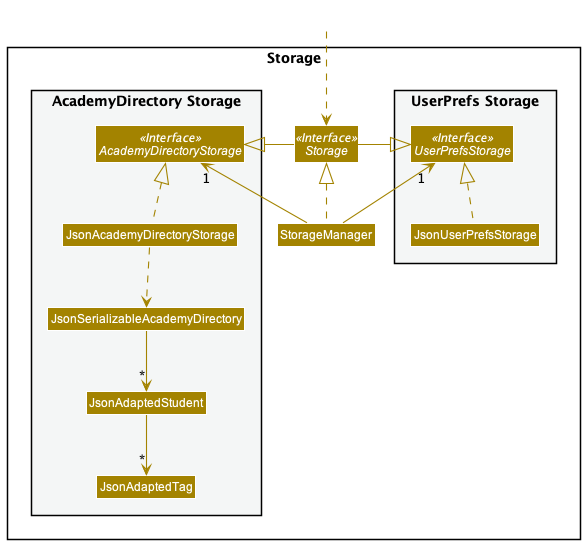
Before: docs/images/dg/architecture/storage/StorageClassDiagram.png, a diagram exported from PlantUML (nus-cs2103-AY2122S1/tp). Its diagram source:
```plantuml
@startuml
!include style.puml
skinparam arrowThickness 1.1
skinparam arrowColor STORAGE_COLOR
skinparam classBackgroundColor STORAGE_COLOR

package Storage{

package "UserPrefs Storage" #F4F6F6{
Interface UserPrefsStorage <<Interface>>
Class JsonUserPrefsStorage
}

Interface Storage <<Interface>>
Class StorageManager

package "AcademyDirectory Storage" #F4F6F6{
Interface AcademyDirectoryStorage <<Interface>>
Class JsonAcademyDirectoryStorage
Class JsonSerializableAcademyDirectory
Class JsonAdaptedStudent
Class JsonAdaptedTag
}

}

Class HiddenOutside #FFFFFF
HiddenOutside ..> Storage

StorageManager .up.|> Storage
StorageManager -up-> "1" UserPrefsStorage
StorageManager -up-> "1" AcademyDirectoryStorage

Storage -left-|> UserPrefsStorage
Storage -right-|> AcademyDirectoryStorage

JsonUserPrefsStorage .up.|> UserPrefsStorage
JsonAcademyDirectoryStorage .up.|> AcademyDirectoryStorage
JsonAcademyDirectoryStorage ..> JsonSerializableAcademyDirectory
JsonSerializableAcademyDirectory --> "*" JsonAdaptedStudent
JsonAdaptedStudent --> "*" JsonAdaptedTag

@enduml
```
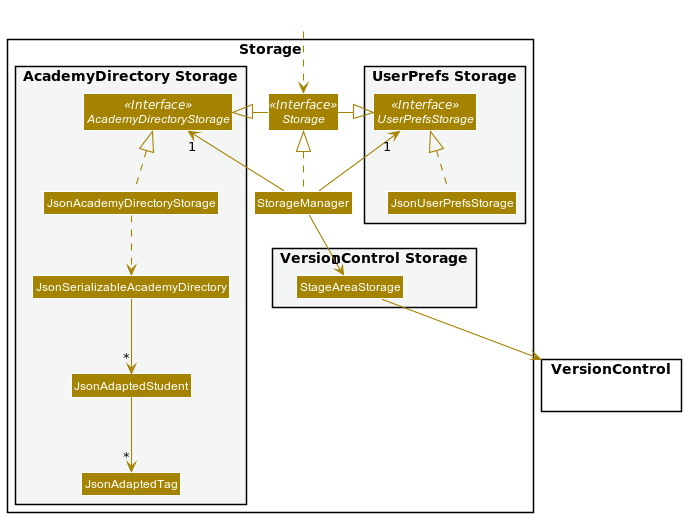
After the commit.

The edit, as a diff of the source:
```diff
@@ -1,27 +1,33 @@
 @startuml
-!include style.puml
+!include ../../style.puml
 skinparam arrowThickness 1.1
 skinparam arrowColor STORAGE_COLOR
 skinparam classBackgroundColor STORAGE_COLOR
 
-package Storage{
+package Storage {
 
-package "UserPrefs Storage" #F4F6F6{
-Interface UserPrefsStorage <<Interface>>
-Class JsonUserPrefsStorage
+    package "UserPrefs Storage" #F4F6F6{
+        Interface UserPrefsStorage <<Interface>>
+        Class JsonUserPrefsStorage
+    }
+
+    Interface Storage <<Interface>>
+    Class StorageManager
+
+    package "AcademyDirectory Storage" #F4F6F6 {
+        Interface AcademyDirectoryStorage <<Interface>>
+        Class JsonAcademyDirectoryStorage
+        Class JsonSerializableAcademyDirectory
+        Class JsonAdaptedStudent
+        Class JsonAdaptedTag
+    }
+
+    package "VersionControl Storage" #F4F6F6 {
+        Class StageAreaStorage
+    }
 }
 
-Interface Storage <<Interface>>
-Class StorageManager
-
-package "AcademyDirectory Storage" #F4F6F6{
-Interface AcademyDirectoryStorage <<Interface>>
-Class JsonAcademyDirectoryStorage
-Class JsonSerializableAcademyDirectory
-Class JsonAdaptedStudent
-Class JsonAdaptedTag
-}
-
+package VersionControl {
 }
 
 Class HiddenOutside #FFFFFF
@@ -30,6 +36,7 @@
 StorageManager .up.|> Storage
 StorageManager -up-> "1" UserPrefsStorage
 StorageManager -up-> "1" AcademyDirectoryStorage
+StorageManager --> "1" StageAreaStorage
 
 Storage -left-|> UserPrefsStorage
 Storage -right-|> AcademyDirectoryStorage
@@ -40,4 +47,5 @@
 JsonSerializableAcademyDirectory --> "*" JsonAdaptedStudent
 JsonAdaptedStudent --> "*" JsonAdaptedTag
 
+StageAreaStorage --> VersionControl
 @enduml
```
